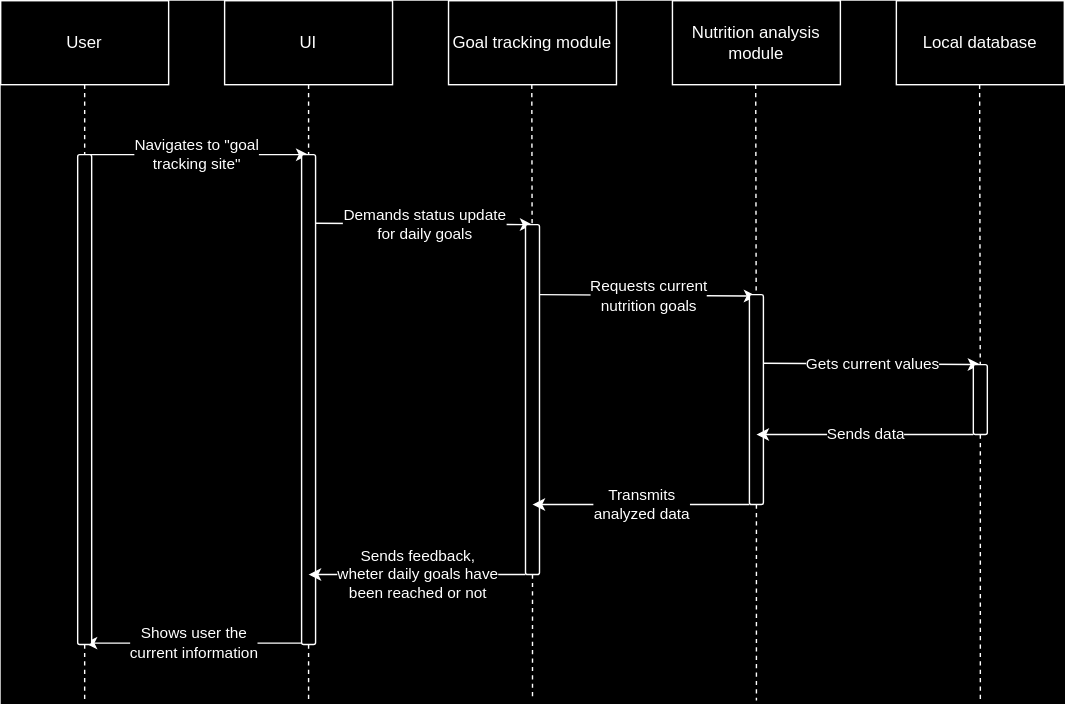
ldcdorn/haelth keeps this draw.io diagram as doc/sequence_diagram/sequence_diagram_viewNutrition.svg. Above is the earlier version. Source tidied: cells renumbered, new cells last; positions are measured from the earlier drawing's top-left corner, leaving out a move shared by most shapes.
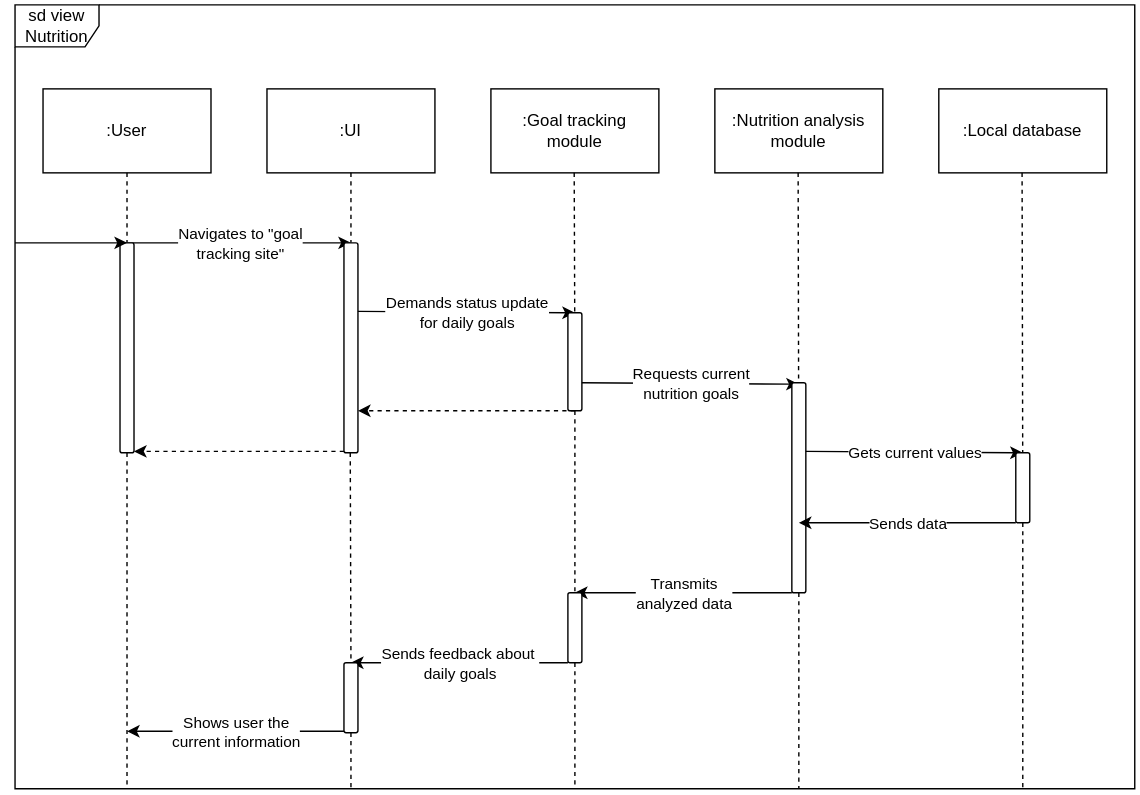
The same diagram one commit later.

Diff of the diagram source:
```diff
@@ -2,16 +2,16 @@
   <root>
     <mxCell id="0" />
     <mxCell id="1" parent="0" />
-    <mxCell id="2" value="User" style="rounded=0;whiteSpace=wrap;html=1;" parent="1" vertex="1">
+    <mxCell id="2" value=":User" style="rounded=0;whiteSpace=wrap;html=1;" parent="1" vertex="1">
       <mxGeometry width="120" height="60" as="geometry" />
     </mxCell>
-    <mxCell id="3" value="UI" style="rounded=0;whiteSpace=wrap;html=1;" parent="1" vertex="1">
+    <mxCell id="3" value=":UI" style="rounded=0;whiteSpace=wrap;html=1;" parent="1" vertex="1">
       <mxGeometry x="160" width="120" height="60" as="geometry" />
     </mxCell>
-    <mxCell id="4" value="&lt;div&gt;Goal tracking module&lt;/div&gt;" style="rounded=0;whiteSpace=wrap;html=1;" parent="1" vertex="1">
+    <mxCell id="4" value="&lt;div&gt;:Goal tracking&lt;/div&gt;&lt;div&gt;module&lt;/div&gt;" style="rounded=0;whiteSpace=wrap;html=1;" parent="1" vertex="1">
       <mxGeometry x="320" width="120" height="60" as="geometry" />
     </mxCell>
-    <mxCell id="5" value="&lt;div&gt;Nutrition analysis module&lt;/div&gt;" style="rounded=0;whiteSpace=wrap;html=1;" parent="1" vertex="1">
+    <mxCell id="5" value="&lt;div&gt;:Nutrition analysis module&lt;/div&gt;" style="rounded=0;whiteSpace=wrap;html=1;" parent="1" vertex="1">
       <mxGeometry x="480" width="120" height="60" as="geometry" />
     </mxCell>
     <mxCell id="6" style="endArrow=none;dashed=1;html=1;rounded=0;" parent="1" edge="1" source="38">
@@ -38,7 +38,7 @@
       <mxGeometry relative="1" as="geometry" />
     </mxCell>
     <mxCell id="11" style="rounded=1;whiteSpace=wrap;html=1;" parent="1" vertex="1">
-      <mxGeometry x="215" y="110" width="10" height="350" as="geometry" />
+      <mxGeometry x="215" y="110" width="10" height="150" as="geometry" />
     </mxCell>
     <mxCell id="12" style="endArrow=none;dashed=1;html=1;rounded=0;" parent="1" edge="1">
       <mxGeometry relative="1" as="geometry">
@@ -67,7 +67,7 @@
       </mxGeometry>
     </mxCell>
     <mxCell id="17" style="rounded=1;whiteSpace=wrap;html=1;" parent="1" vertex="1">
-      <mxGeometry x="375" y="160" width="10" height="250" as="geometry" />
+      <mxGeometry x="375" y="160" width="10" height="70" as="geometry" />
     </mxCell>
     <mxCell id="18" style="endArrow=classic;html=1;rounded=0;" parent="1" edge="1">
       <mxGeometry relative="1" as="geometry">
@@ -101,7 +101,7 @@
         <mxPoint x="220" y="410" as="targetPoint" />
       </mxGeometry>
     </mxCell>
-    <mxCell id="25" value="&lt;div&gt;Sends feedback,&lt;/div&gt;&lt;div&gt;wheter daily goals have&lt;/div&gt;&lt;div&gt;been reached or not&lt;/div&gt;" style="edgeLabel;html=1;align=center;verticalAlign=middle;" parent="24" vertex="1">
+    <mxCell id="25" value="&lt;div&gt;Sends feedback about&amp;nbsp;&lt;/div&gt;&lt;div&gt;daily goals&lt;/div&gt;" style="edgeLabel;html=1;align=center;verticalAlign=middle;" parent="24" vertex="1">
       <mxGeometry relative="1" as="geometry" />
     </mxCell>
     <mxCell id="26" style="endArrow=none;dashed=1;html=1;rounded=0;exitX=0.5;exitY=1;exitDx=0;exitDy=0;" parent="1" edge="1">
@@ -119,7 +119,7 @@
     <mxCell id="28" value="&lt;div&gt;Shows user the&lt;/div&gt;&lt;div&gt;current information&lt;/div&gt;" style="edgeLabel;html=1;align=center;verticalAlign=middle;" parent="27" vertex="1">
       <mxGeometry relative="1" as="geometry" />
     </mxCell>
-    <mxCell id="29" value="Local database" style="rounded=0;whiteSpace=wrap;html=1;" parent="1" vertex="1">
+    <mxCell id="29" value=":Local database" style="rounded=0;whiteSpace=wrap;html=1;" parent="1" vertex="1">
       <mxGeometry x="640" width="120" height="60" as="geometry" />
     </mxCell>
     <mxCell id="30" style="endArrow=none;dashed=1;html=1;rounded=0;" parent="1" edge="1" source="34">
@@ -157,7 +157,42 @@
       <mxGeometry relative="1" as="geometry" />
     </mxCell>
     <mxCell id="38" style="rounded=1;whiteSpace=wrap;html=1;" parent="1" vertex="1">
-      <mxGeometry x="55" y="110" width="10" height="350" as="geometry" />
+      <mxGeometry x="55" y="110" width="10" height="150" as="geometry" />
     </mxCell>
+    <mxCell id="39" value="sd view&lt;div&gt;Nutrition&lt;/div&gt;" style="shape=umlFrame;whiteSpace=wrap;html=1;" parent="1" vertex="1">
+      <mxGeometry x="-20" y="-60" width="800" height="560" as="geometry" />
+    </mxCell>
+    <mxCell id="40" style="endArrow=classic;html=1;rounded=0;dashed=1;" parent="1" edge="1">
+      <mxGeometry relative="1" as="geometry">
+        <mxPoint x="380" y="230" as="sourcePoint" />
+        <mxPoint x="225" y="230" as="targetPoint" />
+      </mxGeometry>
+    </mxCell>
+    <mxCell id="41" style="endArrow=classic;html=1;rounded=0;dashed=1;" parent="1" edge="1">
+      <mxGeometry relative="1" as="geometry">
+        <mxPoint x="215" y="259" as="sourcePoint" />
+        <mxPoint x="65" y="259" as="targetPoint" />
+      </mxGeometry>
+    </mxCell>
+    <mxCell id="42" style="rounded=1;whiteSpace=wrap;html=1;" parent="1" vertex="1">
+      <mxGeometry x="375" y="360" width="10" height="50" as="geometry" />
+    </mxCell>
+    <mxCell id="43" style="endArrow=none;dashed=1;html=1;rounded=0;exitX=0.5;exitY=1;exitDx=0;exitDy=0;entryX=0.5;entryY=0;entryDx=0;entryDy=0;" parent="1" edge="1" source="17" target="42">
+      <mxGeometry relative="1" as="geometry" />
+    </mxCell>
+    <mxCell id="44" style="endArrow=none;dashed=1;html=1;rounded=0;entryX=0.5;entryY=0;entryDx=0;entryDy=0;" parent="1" edge="1" target="45">
+      <mxGeometry relative="1" as="geometry">
+        <mxPoint x="219.5" y="260" as="sourcePoint" />
+      </mxGeometry>
+    </mxCell>
+    <mxCell id="45" style="rounded=1;whiteSpace=wrap;html=1;" parent="1" vertex="1">
+      <mxGeometry x="215" y="410" width="10" height="50" as="geometry" />
+    </mxCell>
+    <mxCell id="46" style="endArrow=classic;html=1;rounded=0;" parent="1" edge="1">
+      <mxGeometry relative="1" as="geometry">
+        <mxPoint x="-20" y="110" as="sourcePoint" />
+        <mxPoint x="60" y="110" as="targetPoint" />
+      </mxGeometry>
+    </mxCell>
   </root>
 </mxGraphModel>
```
